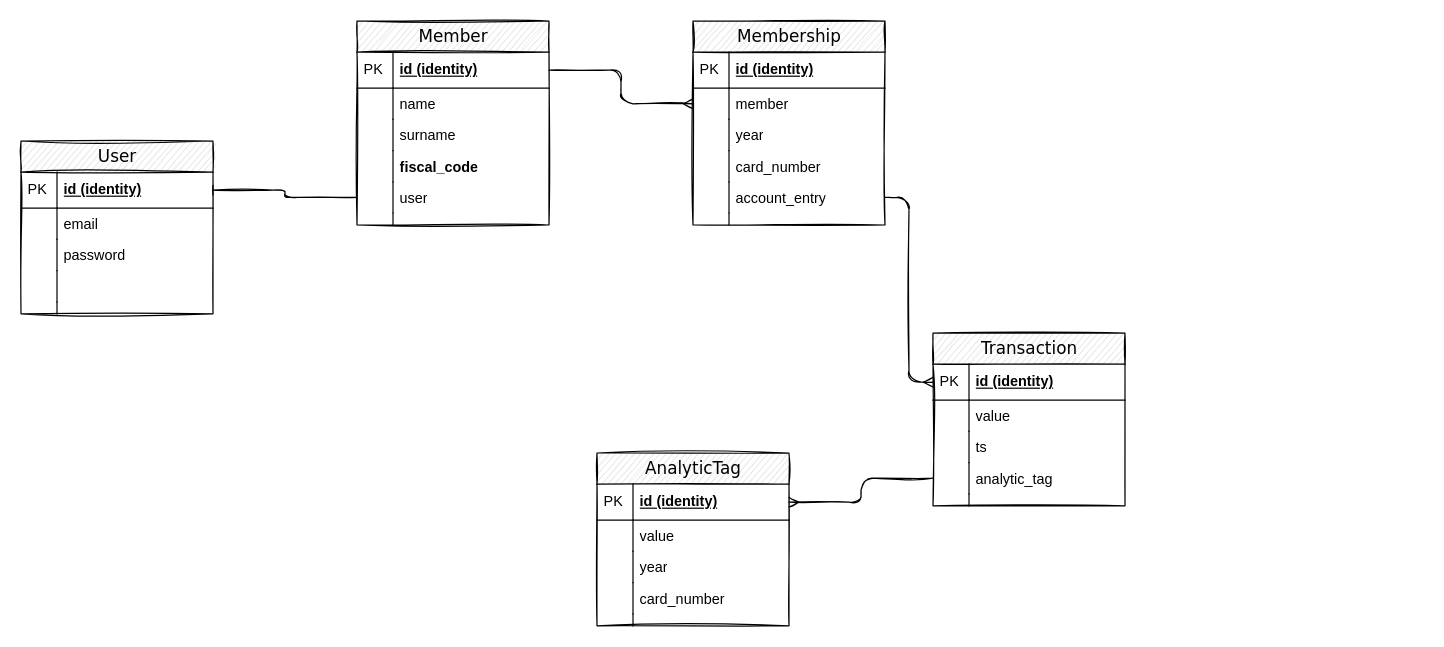
ConoscereLinux/asso-django keeps this draw.io diagram as doc/asso-er.drawio. Above is the earlier version. Source tidied: cells renumbered, new cells numbered last; positions are measured from the earlier drawing's top-left corner, leaving out a move shared by most shapes. Both pictures are drawn from the tidied source at 120%, with x=0, y=0 at pixel (20, 20).
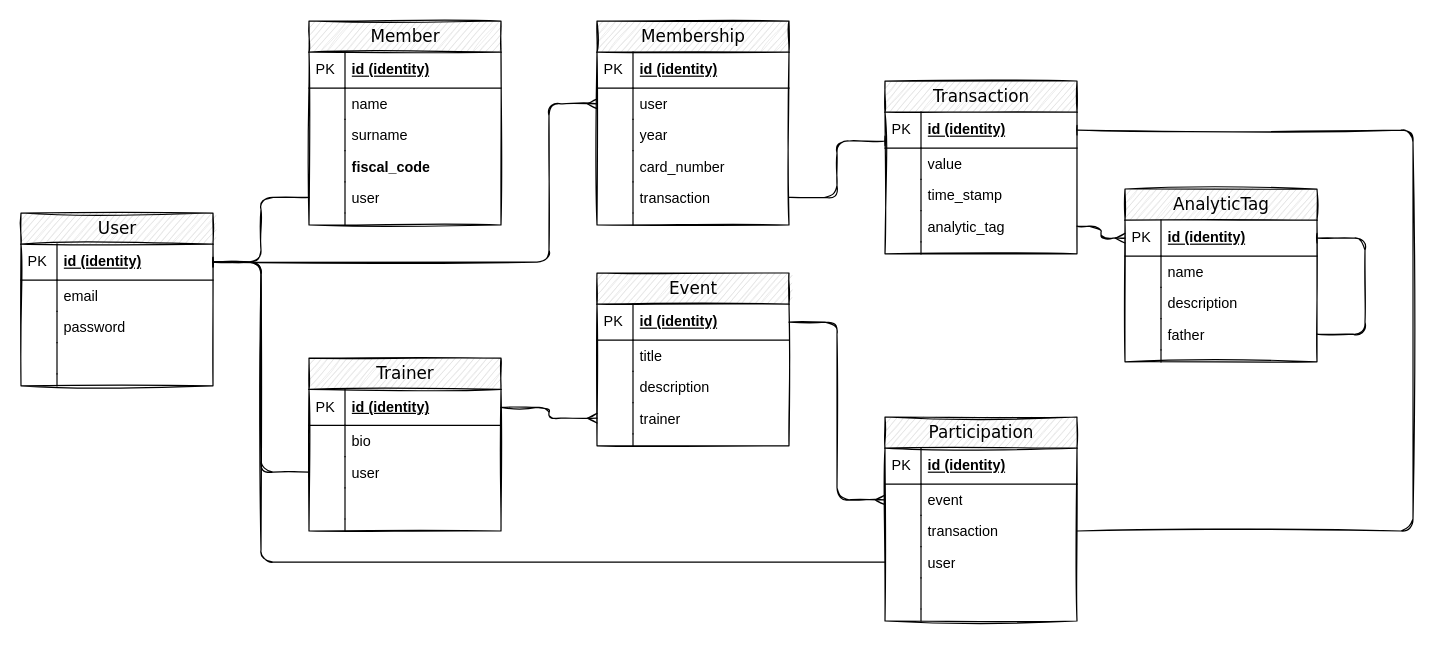
Above is the later version.

Unchanged cells that the change refers to:
```xml
<mxCell id="3" value="id (identity)" style="shape=partialRectangle;top=0;left=0;right=0;bottom=1;html=1;align=left;verticalAlign=middle;fillColor=none;spacingLeft=34;spacingRight=4;whiteSpace=wrap;overflow=hidden;points=[[0,0.5],[1,0.5]];portConstraint=eastwest;fontStyle=5;" parent="2" vertex="1">
  <mxGeometry y="26" width="160" height="30" as="geometry" />
</mxCell>
<mxCell id="14" value="id (identity)" style="shape=partialRectangle;top=0;left=0;right=0;bottom=1;html=1;align=left;verticalAlign=middle;fillColor=none;spacingLeft=34;spacingRight=4;whiteSpace=wrap;overflow=hidden;points=[[0,0.5],[1,0.5]];portConstraint=eastwest;fontStyle=5;" parent="13" vertex="1">
  <mxGeometry y="26" width="160" height="30" as="geometry" />
</mxCell>
<mxCell id="42" value="id (identity)" style="shape=partialRectangle;top=0;left=0;right=0;bottom=1;html=1;align=left;verticalAlign=middle;fillColor=none;spacingLeft=34;spacingRight=4;whiteSpace=wrap;overflow=hidden;points=[[0,0.5],[1,0.5]];portConstraint=eastwest;fontStyle=5;" parent="41" vertex="1">
  <mxGeometry y="26" width="160" height="30" as="geometry" />
</mxCell>
<mxCell id="54" value="id (identity)" style="shape=partialRectangle;top=0;left=0;right=0;bottom=1;html=1;align=left;verticalAlign=middle;fillColor=none;spacingLeft=34;spacingRight=4;whiteSpace=wrap;overflow=hidden;points=[[0,0.5],[1,0.5]];portConstraint=eastwest;fontStyle=5;" parent="53" vertex="1">
  <mxGeometry y="26" width="160" height="30" as="geometry" />
</mxCell>
```

What changed in the source:
```diff
@@
     <mxCell id="2" value="User" style="swimlane;html=1;fontStyle=0;horizontal=1;startSize=26;fillColor=#e0e0e0;swimlaneFillColor=#ffffff;align=center;rounded=0;shadow=0;comic=0;labelBackgroundColor=none;strokeWidth=1;fontFamily=Verdana;fontSize=14;sketch=1;" parent="1" vertex="1">
-      <mxGeometry y="100" width="160" height="144" as="geometry" />
+      <mxGeometry y="160" width="160" height="144" as="geometry" />
     </mxCell>
@@
     <mxCell id="13" value="Member" style="swimlane;html=1;fontStyle=0;horizontal=1;startSize=26;fillColor=#e0e0e0;swimlaneFillColor=#ffffff;align=center;rounded=0;shadow=0;comic=0;labelBackgroundColor=none;strokeWidth=1;fontFamily=Verdana;fontSize=14;sketch=1;glass=0;" parent="1" vertex="1">
-      <mxGeometry x="280" width="160" height="170" as="geometry" />
+      <mxGeometry x="240" width="160" height="170" as="geometry" />
     </mxCell>
@@
     <mxCell id="27" value="Membership" style="swimlane;html=1;fontStyle=0;horizontal=1;startSize=26;fillColor=#e0e0e0;swimlaneFillColor=#ffffff;align=center;rounded=0;shadow=0;comic=0;labelBackgroundColor=none;strokeWidth=1;fontFamily=Verdana;fontSize=14;sketch=1;" parent="1" vertex="1">
-      <mxGeometry x="560" width="160" height="170" as="geometry" />
+      <mxGeometry x="480" width="160" height="170" as="geometry" />
     </mxCell>
@@
-    <mxCell id="30" value="member" style="shape=partialRectangle;top=0;left=0;right=0;bottom=0;html=1;align=left;verticalAlign=top;fillColor=none;spacingLeft=34;spacingRight=4;whiteSpace=wrap;overflow=hidden;points=[[0,0.5],[1,0.5]];portConstraint=eastwest;" parent="27" vertex="1">
+    <mxCell id="30" value="user" style="shape=partialRectangle;top=0;left=0;right=0;bottom=0;html=1;align=left;verticalAlign=top;fillColor=none;spacingLeft=34;spacingRight=4;whiteSpace=wrap;overflow=hidden;points=[[0,0.5],[1,0.5]];portConstraint=eastwest;" parent="27" vertex="1">
       <mxGeometry y="56" width="160" height="26" as="geometry" />
     </mxCell>
@@
-    <mxCell id="36" value="account_entry" style="shape=partialRectangle;top=0;left=0;right=0;bottom=0;html=1;align=left;verticalAlign=top;fillColor=none;spacingLeft=34;spacingRight=4;whiteSpace=wrap;overflow=hidden;points=[[0,0.5],[1,0.5]];portConstraint=eastwest;" parent="27" vertex="1">
+    <mxCell id="36" value="transaction" style="shape=partialRectangle;top=0;left=0;right=0;bottom=0;html=1;align=left;verticalAlign=top;fillColor=none;spacingLeft=34;spacingRight=4;whiteSpace=wrap;overflow=hidden;points=[[0,0.5],[1,0.5]];portConstraint=eastwest;" parent="27" vertex="1">
       <mxGeometry y="134" width="160" height="26" as="geometry" />
     </mxCell>
@@
-    <mxCell id="40" style="edgeStyle=elbowEdgeStyle;rounded=1;jettySize=auto;html=1;endArrow=ERmany;endFill=0;sketch=1;" parent="1" edge="1" source="14" target="30">
-      <mxGeometry relative="1" as="geometry" />
+    <mxCell id="40" style="edgeStyle=elbowEdgeStyle;rounded=1;jettySize=auto;html=1;endArrow=ERmany;endFill=0;sketch=1;" parent="1" edge="1" source="3" target="30">
+      <mxGeometry relative="1" as="geometry">
+        <Array as="points">
+          <mxPoint x="440" y="130" />
+          <mxPoint x="480" y="120" />
+        </Array>
+      </mxGeometry>
     </mxCell>
     <mxCell id="41" value="Transaction" style="swimlane;html=1;fontStyle=0;horizontal=1;startSize=26;fillColor=#e0e0e0;swimlaneFillColor=#ffffff;align=center;rounded=0;shadow=0;comic=0;labelBackgroundColor=none;strokeWidth=1;fontFamily=Verdana;fontSize=14;sketch=1;" parent="1" vertex="1">
-      <mxGeometry x="760" y="260" width="160" height="144" as="geometry" />
+      <mxGeometry x="720" y="50" width="160" height="144" as="geometry" />
     </mxCell>
@@
-    <mxCell id="46" value="ts" style="shape=partialRectangle;top=0;left=0;right=0;bottom=0;html=1;align=left;verticalAlign=top;fillColor=none;spacingLeft=34;spacingRight=4;whiteSpace=wrap;overflow=hidden;" parent="41" vertex="1">
+    <mxCell id="46" value="time_stamp" style="shape=partialRectangle;top=0;left=0;right=0;bottom=0;html=1;align=left;verticalAlign=top;fillColor=none;spacingLeft=34;spacingRight=4;whiteSpace=wrap;overflow=hidden;" parent="41" vertex="1">
       <mxGeometry y="82" width="160" height="26" as="geometry" />
     </mxCell>
@@
-    <mxCell id="52" style="edgeStyle=elbowEdgeStyle;rounded=1;sketch=1;jettySize=auto;html=1;endArrow=ERmany;endFill=0;" parent="1" edge="1" source="36" target="42">
-      <mxGeometry relative="1" as="geometry" />
+    <mxCell id="52" style="edgeStyle=elbowEdgeStyle;rounded=1;sketch=1;jettySize=auto;html=1;endArrow=baseDash;endFill=0;" parent="1" edge="1" source="36" target="42">
+      <mxGeometry relative="1" as="geometry">
+        <Array as="points">
+          <mxPoint x="680" y="100" />
+        </Array>
+      </mxGeometry>
     </mxCell>
     <mxCell id="53" value="AnalyticTag" style="swimlane;html=1;fontStyle=0;horizontal=1;startSize=26;fillColor=#e0e0e0;swimlaneFillColor=#ffffff;align=center;rounded=0;shadow=0;comic=0;labelBackgroundColor=none;strokeWidth=1;fontFamily=Verdana;fontSize=14;sketch=1;" parent="1" vertex="1">
-      <mxGeometry x="480" y="360" width="160" height="144" as="geometry" />
+      <mxGeometry x="920" y="140" width="160" height="144" as="geometry" />
     </mxCell>
@@
-    <mxCell id="56" value="value" style="shape=partialRectangle;top=0;left=0;right=0;bottom=0;html=1;align=left;verticalAlign=top;fillColor=none;spacingLeft=34;spacingRight=4;whiteSpace=wrap;overflow=hidden;" parent="53" vertex="1">
+    <mxCell id="56" value="name" style="shape=partialRectangle;top=0;left=0;right=0;bottom=0;html=1;align=left;verticalAlign=top;fillColor=none;spacingLeft=34;spacingRight=4;whiteSpace=wrap;overflow=hidden;" parent="53" vertex="1">
       <mxGeometry y="56" width="160" height="26" as="geometry" />
     </mxCell>
@@
-    <mxCell id="58" value="year" style="shape=partialRectangle;top=0;left=0;right=0;bottom=0;html=1;align=left;verticalAlign=top;fillColor=none;spacingLeft=34;spacingRight=4;whiteSpace=wrap;overflow=hidden;" parent="53" vertex="1">
+    <mxCell id="58" value="description" style="shape=partialRectangle;top=0;left=0;right=0;bottom=0;html=1;align=left;verticalAlign=top;fillColor=none;spacingLeft=34;spacingRight=4;whiteSpace=wrap;overflow=hidden;" parent="53" vertex="1">
       <mxGeometry y="82" width="160" height="26" as="geometry" />
     </mxCell>
@@
+    <mxCell id="65" style="edgeStyle=elbowEdgeStyle;rounded=1;sketch=1;jettySize=auto;html=1;endArrow=baseDash;endFill=0;" parent="53" edge="1" source="60" target="54">
+      <mxGeometry relative="1" as="geometry">
+        <Array as="points">
+          <mxPoint x="200" y="90" />
+        </Array>
+      </mxGeometry>
+    </mxCell>
-    <mxCell id="60" value="card_number" style="shape=partialRectangle;top=0;left=0;right=0;bottom=0;html=1;align=left;verticalAlign=top;fillColor=none;spacingLeft=34;spacingRight=4;whiteSpace=wrap;overflow=hidden;points=[[0,0.5],[1,0.5]];portConstraint=eastwest;" parent="53" vertex="1">
+    <mxCell id="60" value="father" style="shape=partialRectangle;top=0;left=0;right=0;bottom=0;html=1;align=left;verticalAlign=top;fillColor=none;spacingLeft=34;spacingRight=4;whiteSpace=wrap;overflow=hidden;points=[[0,0.5],[1,0.5]];portConstraint=eastwest;" parent="53" vertex="1">
       <mxGeometry y="108" width="160" height="26" as="geometry" />
     </mxCell>
@@
+    <mxCell id="66" value="Trainer" style="swimlane;html=1;fontStyle=0;horizontal=1;startSize=26;fillColor=#e0e0e0;swimlaneFillColor=#ffffff;align=center;rounded=0;shadow=0;comic=0;labelBackgroundColor=none;strokeWidth=1;fontFamily=Verdana;fontSize=14;sketch=1;" parent="1" vertex="1">
+      <mxGeometry x="240" y="281" width="160" height="144" as="geometry" />
+    </mxCell>
+    <mxCell id="67" value="id (identity)" style="shape=partialRectangle;top=0;left=0;right=0;bottom=1;html=1;align=left;verticalAlign=middle;fillColor=none;spacingLeft=34;spacingRight=4;whiteSpace=wrap;overflow=hidden;points=[[0,0.5],[1,0.5]];portConstraint=eastwest;fontStyle=5;" parent="66" vertex="1">
+      <mxGeometry y="26" width="160" height="30" as="geometry" />
+    </mxCell>
+    <mxCell id="68" value="PK" style="shape=partialRectangle;top=0;left=0;bottom=0;html=1;fillColor=none;align=left;verticalAlign=middle;spacingLeft=4;spacingRight=4;whiteSpace=wrap;overflow=hidden;" parent="67" vertex="1">
+      <mxGeometry width="30" height="30" as="geometry" />
+    </mxCell>
+    <mxCell id="69" value="bio" style="shape=partialRectangle;top=0;left=0;right=0;bottom=0;html=1;align=left;verticalAlign=top;fillColor=none;spacingLeft=34;spacingRight=4;whiteSpace=wrap;overflow=hidden;" parent="66" vertex="1">
+      <mxGeometry y="56" width="160" height="26" as="geometry" />
+    </mxCell>
+    <mxCell id="70" style="shape=partialRectangle;top=0;left=0;bottom=0;html=1;fillColor=none;align=left;verticalAlign=top;spacingLeft=4;spacingRight=4;whiteSpace=wrap;overflow=hidden;" parent="69" vertex="1">
+      <mxGeometry width="30" height="26" as="geometry" />
+    </mxCell>
+    <mxCell id="71" value="user" style="shape=partialRectangle;top=0;left=0;right=0;bottom=0;html=1;align=left;verticalAlign=top;fillColor=none;spacingLeft=34;spacingRight=4;whiteSpace=wrap;overflow=hidden;points=[[0,0.5],[1,0.5]];portConstraint=eastwest;" parent="66" vertex="1">
+      <mxGeometry y="82" width="160" height="26" as="geometry" />
+    </mxCell>
+    <mxCell id="72" style="shape=partialRectangle;top=0;left=0;bottom=0;html=1;fillColor=none;align=left;verticalAlign=top;spacingLeft=4;spacingRight=4;whiteSpace=wrap;overflow=hidden;" parent="71" vertex="1">
+      <mxGeometry width="30" height="26" as="geometry" />
+    </mxCell>
+    <mxCell id="73" style="shape=partialRectangle;top=0;left=0;right=0;bottom=0;html=1;align=left;verticalAlign=top;fillColor=none;spacingLeft=34;spacingRight=4;whiteSpace=wrap;overflow=hidden;" parent="66" vertex="1">
+      <mxGeometry y="108" width="160" height="26" as="geometry" />
+    </mxCell>
+    <mxCell id="74" style="shape=partialRectangle;top=0;left=0;bottom=0;html=1;fillColor=none;align=left;verticalAlign=top;spacingLeft=4;spacingRight=4;whiteSpace=wrap;overflow=hidden;" parent="73" vertex="1">
+      <mxGeometry width="30" height="26" as="geometry" />
+    </mxCell>
+    <mxCell id="75" style="shape=partialRectangle;top=0;left=0;right=0;bottom=0;html=1;align=left;verticalAlign=top;fillColor=none;spacingLeft=34;spacingRight=4;whiteSpace=wrap;overflow=hidden;" parent="66" vertex="1">
+      <mxGeometry y="134" width="160" height="10" as="geometry" />
+    </mxCell>
+    <mxCell id="76" style="shape=partialRectangle;top=0;left=0;bottom=0;html=1;fillColor=none;align=left;verticalAlign=top;spacingLeft=4;spacingRight=4;whiteSpace=wrap;overflow=hidden;" parent="75" vertex="1">
+      <mxGeometry width="30" height="10" as="geometry" />
+    </mxCell>
+    <mxCell id="77" style="edgeStyle=elbowEdgeStyle;rounded=1;sketch=1;jettySize=auto;html=1;endArrow=baseDash;endFill=0;" parent="1" edge="1" source="3" target="71">
+      <mxGeometry relative="1" as="geometry" />
+    </mxCell>
+    <mxCell id="78" value="Event" style="swimlane;html=1;fontStyle=0;horizontal=1;startSize=26;fillColor=#e0e0e0;swimlaneFillColor=#ffffff;align=center;rounded=0;shadow=0;comic=0;labelBackgroundColor=none;strokeWidth=1;fontFamily=Verdana;fontSize=14;sketch=1;" parent="1" vertex="1">
+      <mxGeometry x="480" y="210" width="160" height="144" as="geometry" />
+    </mxCell>
+    <mxCell id="79" value="id (identity)" style="shape=partialRectangle;top=0;left=0;right=0;bottom=1;html=1;align=left;verticalAlign=middle;fillColor=none;spacingLeft=34;spacingRight=4;whiteSpace=wrap;overflow=hidden;points=[[0,0.5],[1,0.5]];portConstraint=eastwest;fontStyle=5;" parent="78" vertex="1">
+      <mxGeometry y="26" width="160" height="30" as="geometry" />
+    </mxCell>
+    <mxCell id="80" value="PK" style="shape=partialRectangle;top=0;left=0;bottom=0;html=1;fillColor=none;align=left;verticalAlign=middle;spacingLeft=4;spacingRight=4;whiteSpace=wrap;overflow=hidden;" parent="79" vertex="1">
+      <mxGeometry width="30" height="30" as="geometry" />
+    </mxCell>
+    <mxCell id="81" value="title" style="shape=partialRectangle;top=0;left=0;right=0;bottom=0;html=1;align=left;verticalAlign=top;fillColor=none;spacingLeft=34;spacingRight=4;whiteSpace=wrap;overflow=hidden;" parent="78" vertex="1">
+      <mxGeometry y="56" width="160" height="26" as="geometry" />
+    </mxCell>
+    <mxCell id="82" style="shape=partialRectangle;top=0;left=0;bottom=0;html=1;fillColor=none;align=left;verticalAlign=top;spacingLeft=4;spacingRight=4;whiteSpace=wrap;overflow=hidden;" parent="81" vertex="1">
+      <mxGeometry width="30" height="26" as="geometry" />
+    </mxCell>
+    <mxCell id="83" value="description" style="shape=partialRectangle;top=0;left=0;right=0;bottom=0;html=1;align=left;verticalAlign=top;fillColor=none;spacingLeft=34;spacingRight=4;whiteSpace=wrap;overflow=hidden;" parent="78" vertex="1">
+      <mxGeometry y="82" width="160" height="26" as="geometry" />
+    </mxCell>
+    <mxCell id="84" style="shape=partialRectangle;top=0;left=0;bottom=0;html=1;fillColor=none;align=left;verticalAlign=top;spacingLeft=4;spacingRight=4;whiteSpace=wrap;overflow=hidden;" parent="83" vertex="1">
+      <mxGeometry width="30" height="26" as="geometry" />
+    </mxCell>
+    <mxCell id="85" value="trainer" style="shape=partialRectangle;top=0;left=0;right=0;bottom=0;html=1;align=left;verticalAlign=top;fillColor=none;spacingLeft=34;spacingRight=4;whiteSpace=wrap;overflow=hidden;points=[[0,0.5],[1,0.5]];portConstraint=eastwest;" parent="78" vertex="1">
+      <mxGeometry y="108" width="160" height="26" as="geometry" />
+    </mxCell>
+    <mxCell id="86" style="shape=partialRectangle;top=0;left=0;bottom=0;html=1;fillColor=none;align=left;verticalAlign=top;spacingLeft=4;spacingRight=4;whiteSpace=wrap;overflow=hidden;" parent="85" vertex="1">
+      <mxGeometry width="30" height="26" as="geometry" />
+    </mxCell>
+    <mxCell id="87" style="shape=partialRectangle;top=0;left=0;right=0;bottom=0;html=1;align=left;verticalAlign=top;fillColor=none;spacingLeft=34;spacingRight=4;whiteSpace=wrap;overflow=hidden;" parent="78" vertex="1">
+      <mxGeometry y="134" width="160" height="10" as="geometry" />
+    </mxCell>
+    <mxCell id="88" style="shape=partialRectangle;top=0;left=0;bottom=0;html=1;fillColor=none;align=left;verticalAlign=top;spacingLeft=4;spacingRight=4;whiteSpace=wrap;overflow=hidden;" parent="87" vertex="1">
+      <mxGeometry width="30" height="10" as="geometry" />
+    </mxCell>
+    <mxCell id="89" value="Participation" style="swimlane;html=1;fontStyle=0;horizontal=1;startSize=26;fillColor=#e0e0e0;swimlaneFillColor=#ffffff;align=center;rounded=0;shadow=0;comic=0;labelBackgroundColor=none;strokeWidth=1;fontFamily=Verdana;fontSize=14;sketch=1;" parent="1" vertex="1">
+      <mxGeometry x="720" y="330" width="160" height="170" as="geometry" />
+    </mxCell>
+    <mxCell id="90" value="id (identity)" style="shape=partialRectangle;top=0;left=0;right=0;bottom=1;html=1;align=left;verticalAlign=middle;fillColor=none;spacingLeft=34;spacingRight=4;whiteSpace=wrap;overflow=hidden;fontStyle=5;" parent="89" vertex="1">
+      <mxGeometry y="26" width="160" height="30" as="geometry" />
+    </mxCell>
+    <mxCell id="91" value="PK" style="shape=partialRectangle;top=0;left=0;bottom=0;html=1;fillColor=none;align=left;verticalAlign=middle;spacingLeft=4;spacingRight=4;whiteSpace=wrap;overflow=hidden;" parent="90" vertex="1">
+      <mxGeometry width="30" height="30" as="geometry" />
+    </mxCell>
+    <mxCell id="92" value="event" style="shape=partialRectangle;top=0;left=0;right=0;bottom=0;html=1;align=left;verticalAlign=top;fillColor=none;spacingLeft=34;spacingRight=4;whiteSpace=wrap;overflow=hidden;points=[[0,0.5],[1,0.5]];portConstraint=eastwest;" parent="89" vertex="1">
+      <mxGeometry y="56" width="160" height="26" as="geometry" />
+    </mxCell>
+    <mxCell id="93" style="shape=partialRectangle;top=0;left=0;bottom=0;html=1;fillColor=none;align=left;verticalAlign=top;spacingLeft=4;spacingRight=4;whiteSpace=wrap;overflow=hidden;" parent="92" vertex="1">
+      <mxGeometry width="30" height="26" as="geometry" />
+    </mxCell>
+    <mxCell id="94" value="transaction" style="shape=partialRectangle;top=0;left=0;right=0;bottom=0;html=1;align=left;verticalAlign=top;fillColor=none;spacingLeft=34;spacingRight=4;whiteSpace=wrap;overflow=hidden;points=[[0,0.5],[1,0.5]];portConstraint=eastwest;" parent="89" vertex="1">
+      <mxGeometry y="82" width="160" height="26" as="geometry" />
+    </mxCell>
+    <mxCell id="95" style="shape=partialRectangle;top=0;left=0;bottom=0;html=1;fillColor=none;align=left;verticalAlign=top;spacingLeft=4;spacingRight=4;whiteSpace=wrap;overflow=hidden;" parent="94" vertex="1">
+      <mxGeometry width="30" height="26" as="geometry" />
+    </mxCell>
+    <mxCell id="96" value="user" style="shape=partialRectangle;top=0;left=0;right=0;bottom=0;html=1;align=left;verticalAlign=top;fillColor=none;spacingLeft=34;spacingRight=4;whiteSpace=wrap;overflow=hidden;points=[[0,0.5],[1,0.5]];portConstraint=eastwest;" parent="89" vertex="1">
+      <mxGeometry y="108" width="160" height="26" as="geometry" />
+    </mxCell>
+    <mxCell id="97" style="shape=partialRectangle;top=0;left=0;bottom=0;html=1;fillColor=none;align=left;verticalAlign=top;spacingLeft=4;spacingRight=4;whiteSpace=wrap;overflow=hidden;" parent="96" vertex="1">
+      <mxGeometry width="30" height="26" as="geometry" />
+    </mxCell>
+    <mxCell id="98" style="shape=partialRectangle;top=0;left=0;right=0;bottom=0;html=1;align=left;verticalAlign=top;fillColor=none;spacingLeft=34;spacingRight=4;whiteSpace=wrap;overflow=hidden;" parent="89" vertex="1">
+      <mxGeometry y="134" width="160" height="26" as="geometry" />
+    </mxCell>
+    <mxCell id="99" style="shape=partialRectangle;top=0;left=0;bottom=0;html=1;fillColor=none;align=left;verticalAlign=top;spacingLeft=4;spacingRight=4;whiteSpace=wrap;overflow=hidden;" parent="98" vertex="1">
+      <mxGeometry width="30" height="26" as="geometry" />
+    </mxCell>
+    <mxCell id="100" style="shape=partialRectangle;top=0;left=0;right=0;bottom=0;html=1;align=left;verticalAlign=top;fillColor=none;spacingLeft=34;spacingRight=4;whiteSpace=wrap;overflow=hidden;" parent="89" vertex="1">
+      <mxGeometry y="160" width="160" height="10" as="geometry" />
+    </mxCell>
+    <mxCell id="101" style="shape=partialRectangle;top=0;left=0;bottom=0;html=1;fillColor=none;align=left;verticalAlign=top;spacingLeft=4;spacingRight=4;whiteSpace=wrap;overflow=hidden;" parent="100" vertex="1">
+      <mxGeometry width="30" height="10" as="geometry" />
+    </mxCell>
+    <mxCell id="102" style="edgeStyle=elbowEdgeStyle;rounded=1;sketch=1;jettySize=auto;html=1;endArrow=baseDash;endFill=0;" parent="1" edge="1" source="94" target="42">
+      <mxGeometry relative="1" as="geometry">
+        <Array as="points">
+          <mxPoint x="1160" y="250" />
+          <mxPoint x="1240" y="270" />
+        </Array>
+      </mxGeometry>
+    </mxCell>
+    <mxCell id="103" style="edgeStyle=elbowEdgeStyle;rounded=1;sketch=1;jettySize=auto;html=1;endArrow=baseDash;endFill=0;" parent="1" edge="1" source="96" target="3">
+      <mxGeometry relative="1" as="geometry">
+        <Array as="points">
+          <mxPoint x="200" y="330" />
+          <mxPoint x="220" y="370" />
+        </Array>
+      </mxGeometry>
+    </mxCell>
+    <mxCell id="104" style="edgeStyle=elbowEdgeStyle;rounded=1;sketch=1;jettySize=auto;html=1;endArrow=ERmany;endFill=0;" parent="1" edge="1" source="67" target="85">
+      <mxGeometry relative="1" as="geometry" />
+    </mxCell>
+    <mxCell id="105" style="edgeStyle=elbowEdgeStyle;rounded=1;sketch=1;jettySize=auto;html=1;endArrow=ERmany;endFill=0;" parent="1" edge="1" source="79" target="92">
+      <mxGeometry relative="1" as="geometry">
+        <Array as="points">
+          <mxPoint x="680" y="320" />
+        </Array>
+      </mxGeometry>
+    </mxCell>
```
